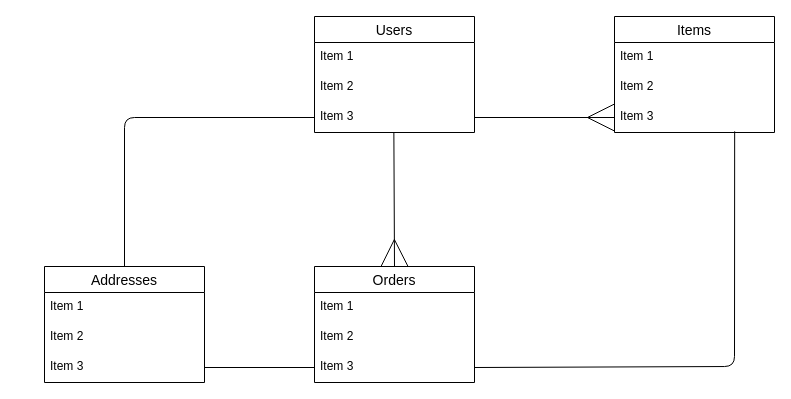
The draw.io diagram furima-40792.dio in FJMN0411/furima-40792, before the edit. Source tidied: cells renumbered, new cells numbered last; positions are measured from the earlier drawing's top-left corner, leaving out a move shared by most shapes. Both pictures are drawn from the tidied source at 100%, with x=0, y=0 at pixel (44, 16).
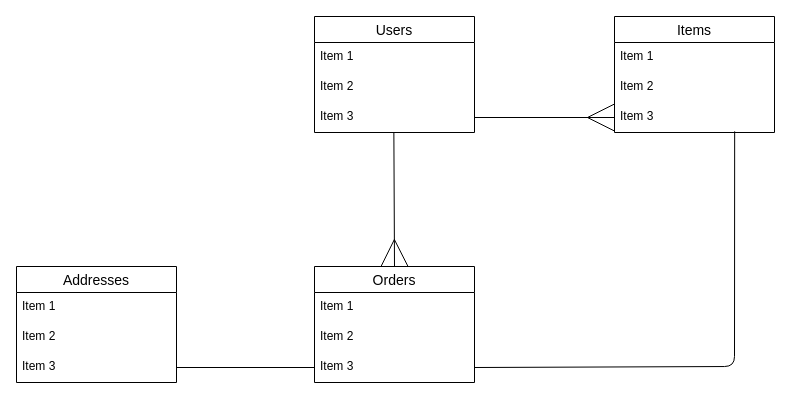
The same diagram, later.

Commit message (it also covers changes not shown here):
データベースの設計の修正_02

Unchanged cells that the change refers to:
```xml
<mxCell id="5" value="Item 3" style="text;strokeColor=none;fillColor=none;spacingLeft=4;spacingRight=4;overflow=hidden;points=[[0,0.5],[1,0.5]];portConstraint=eastwest;fontSize=12;" parent="2" vertex="1">
  <mxGeometry y="86" width="160" height="30" as="geometry" />
</mxCell>
<mxCell id="9" value="Item 3" style="text;strokeColor=none;fillColor=none;spacingLeft=4;spacingRight=4;overflow=hidden;points=[[0,0.5],[1,0.5]];portConstraint=eastwest;fontSize=12;" parent="6" vertex="1">
  <mxGeometry y="86" width="160" height="30" as="geometry" />
</mxCell>
<mxCell id="13" value="Item 3" style="text;strokeColor=none;fillColor=none;spacingLeft=4;spacingRight=4;overflow=hidden;points=[[0,0.5],[1,0.5]];portConstraint=eastwest;fontSize=12;" parent="10" vertex="1">
  <mxGeometry y="86" width="160" height="30" as="geometry" />
</mxCell>
```

What changed in the source:
```diff
@@
     <mxCell id="10" value="Addresses" style="swimlane;fontStyle=0;horizontal=1;startSize=26;align=center;fontSize=14;" parent="1" vertex="1">
-      <mxGeometry y="250" width="160" height="116" as="geometry" />
+      <mxGeometry x="-28" y="250" width="160" height="116" as="geometry" />
     </mxCell>
@@
-    <mxCell id="19" style="edgeStyle=none;html=1;endArrow=none;endFill=0;endSize=25;entryX=0.5;entryY=0;entryDx=0;entryDy=0;exitX=0;exitY=0.5;exitDx=0;exitDy=0;" parent="1" edge="1" source="5" target="10">
-      <mxGeometry relative="1" as="geometry">
-        <Array as="points">
-          <mxPoint x="80" y="101" />
-        </Array>
-      </mxGeometry>
+    <mxCell id="19" style="edgeStyle=none;html=1;endArrow=none;endFill=0;endSize=25;entryX=1;entryY=0.5;entryDx=0;entryDy=0;exitX=0;exitY=0.5;exitDx=0;exitDy=0;" parent="1" edge="1" source="9" target="13">
+      <mxGeometry relative="1" as="geometry" />
     </mxCell>
-    <mxCell id="20" style="edgeStyle=none;html=1;exitX=1;exitY=0.5;exitDx=0;exitDy=0;entryX=0;entryY=0.5;entryDx=0;entryDy=0;endArrow=none;endFill=0;endSize=25;" parent="1" edge="1" source="13" target="9">
-      <mxGeometry relative="1" as="geometry" />
-    </mxCell>
```
